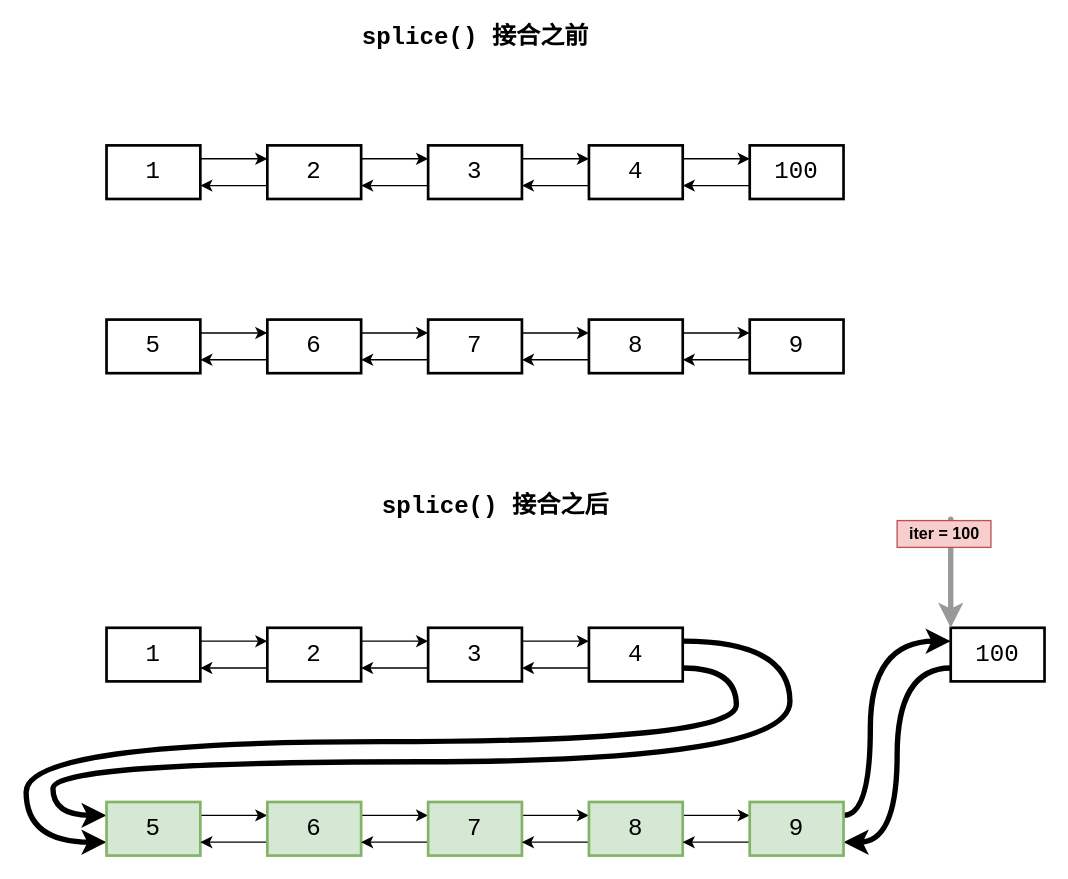
JoyChenNo1/JoyChenNo1.github.io keeps this draw.io diagram as public/img/STL/list-splice.drawio. Above is the earlier version. Source tidied: cells renumbered, new cells numbered last; positions are measured from the earlier drawing's top-left corner, leaving out a move shared by most shapes. Both pictures are drawn from the tidied source at 134%, with x=0, y=0 at pixel (25, 24).
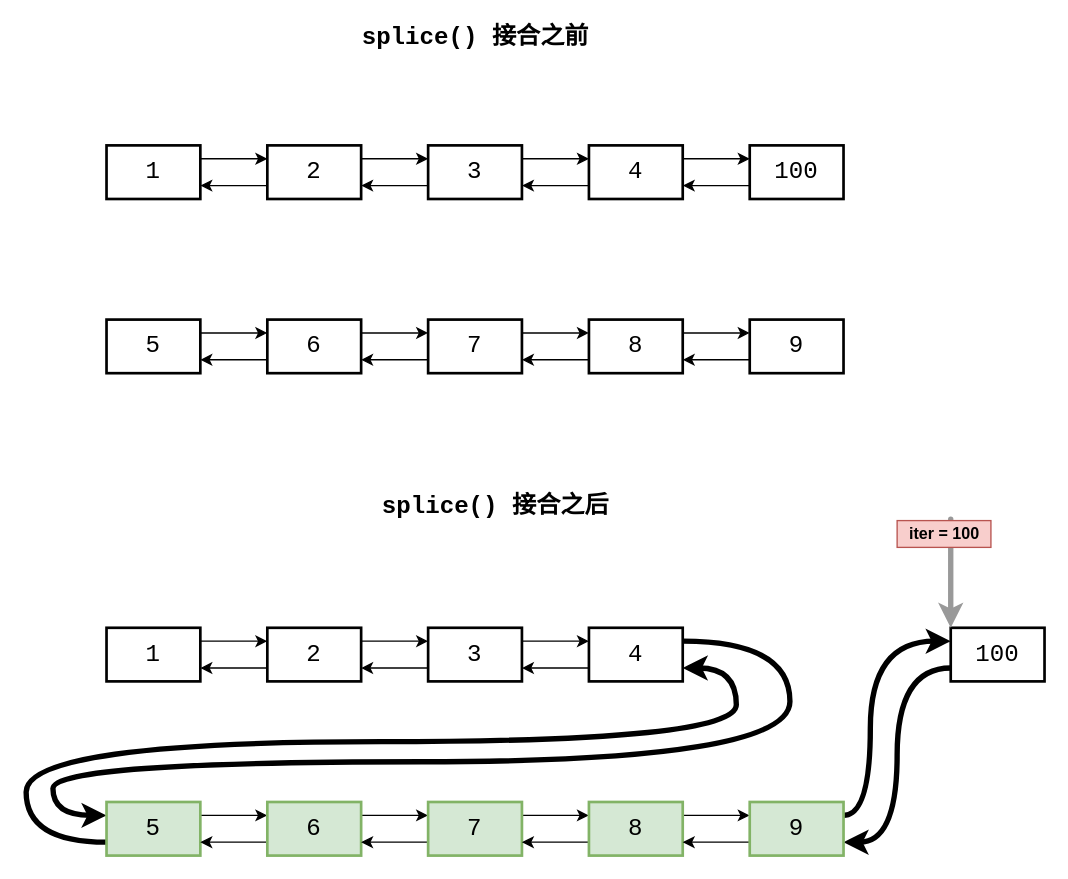
Above is the later version.

The change refers to these unchanged cells:
```xml
<mxCell id="40" value="&lt;font face=&quot;Courier New&quot; style=&quot;font-size: 18px&quot;&gt;4&lt;/font&gt;" style="rounded=0;whiteSpace=wrap;html=1;strokeWidth=2;" parent="1" vertex="1">
  <mxGeometry x="420" y="450" width="70" height="40" as="geometry" />
</mxCell>
<mxCell id="44" value="&lt;font face=&quot;Courier New&quot; style=&quot;font-size: 18px&quot;&gt;5&lt;/font&gt;" style="rounded=0;whiteSpace=wrap;html=1;strokeWidth=2;fillColor=#d5e8d4;strokeColor=#82b366;" parent="1" vertex="1">
  <mxGeometry x="60" y="580" width="70" height="40" as="geometry" />
</mxCell>
```

Change to the diagram source:
```diff
@@
-    <mxCell id="39" style="edgeStyle=orthogonalEdgeStyle;curved=1;rounded=0;jettySize=auto;html=1;exitX=1;exitY=0.75;exitDx=0;exitDy=0;entryX=0;entryY=0.75;entryDx=0;entryDy=0;strokeColor=#000000;strokeWidth=4;" parent="1" edge="1" source="40" target="44">
+    <mxCell id="39" style="edgeStyle=orthogonalEdgeStyle;curved=1;rounded=0;jettySize=auto;html=1;exitX=0;exitY=0.75;exitDx=0;exitDy=0;entryX=1;entryY=0.75;entryDx=0;entryDy=0;strokeColor=#000000;strokeWidth=4;" parent="1" edge="1" source="44" target="40">
       <mxGeometry relative="1" as="geometry">
         <Array as="points">
+          <mxPoint y="610" />
+          <mxPoint y="535" />
+          <mxPoint x="530" y="535" />
           <mxPoint x="530" y="480" />
-          <mxPoint x="530" y="535" />
-          <mxPoint y="535" />
-          <mxPoint y="610" />
         </Array>
       </mxGeometry>
     </mxCell>
```
